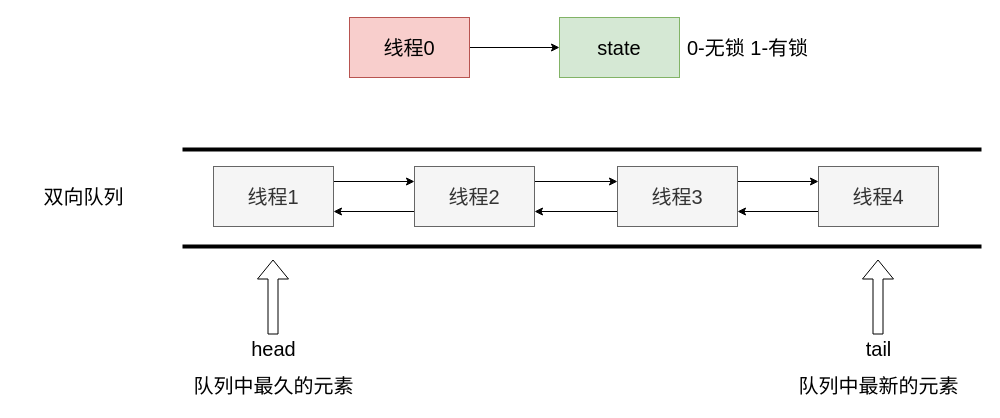
Above: barry-netdisk/多线程-AQS底层原理.drawio in BarryW8/MyDiagrams (draw.io), before the change. Source tidied: cells renumbered, new cells numbered last; positions are measured from the earlier drawing's top-left corner, leaving out a move shared by most shapes. Both pictures are drawn from the tidied source at 100%, with x=0, y=0 at pixel (17, 17).
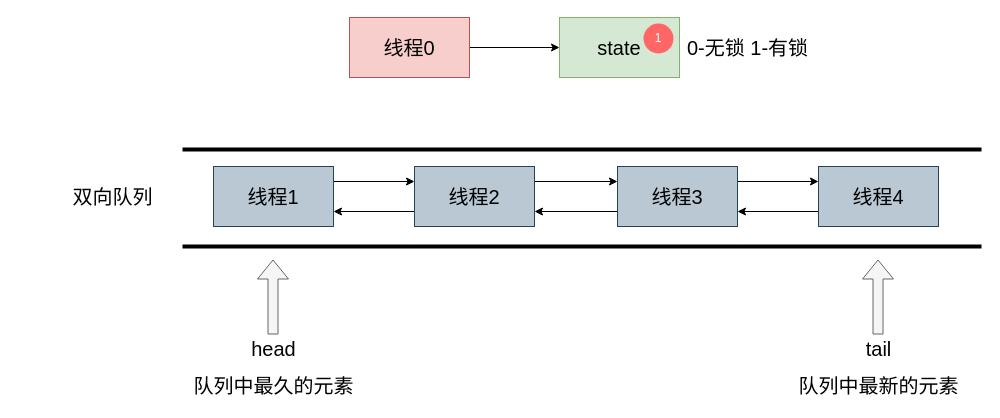
The same page after the edit.

Commit message (it also covers changes not shown here):
更新多线程-AQS底层原理.drawio

Change to the diagram source:
```diff
@@
-    <mxCell id="7" value="&lt;font style=&quot;font-size: 20px;&quot;&gt;线程1&lt;/font&gt;" style="rounded=0;whiteSpace=wrap;html=1;fillColor=#f5f5f5;strokeColor=#666666;fontColor=#333333;" parent="1" vertex="1">
+    <mxCell id="7" value="&lt;font style=&quot;font-size: 20px;&quot;&gt;线程1&lt;/font&gt;" style="rounded=0;whiteSpace=wrap;html=1;fillColor=#bac8d3;strokeColor=#23445d;" parent="1" vertex="1">
       <mxGeometry x="196" y="149" width="120" height="60" as="geometry" />
     </mxCell>
@@
-    <mxCell id="10" value="&lt;font style=&quot;font-size: 20px;&quot;&gt;线程2&lt;/font&gt;" style="rounded=0;whiteSpace=wrap;html=1;fillColor=#f5f5f5;strokeColor=#666666;fontColor=#333333;" parent="1" vertex="1">
+    <mxCell id="10" value="&lt;font style=&quot;font-size: 20px;&quot;&gt;线程2&lt;/font&gt;" style="rounded=0;whiteSpace=wrap;html=1;fillColor=#bac8d3;strokeColor=#23445d;" parent="1" vertex="1">
       <mxGeometry x="397" y="149" width="120" height="60" as="geometry" />
     </mxCell>
@@
-    <mxCell id="13" value="&lt;font style=&quot;font-size: 20px;&quot;&gt;线程3&lt;/font&gt;" style="rounded=0;whiteSpace=wrap;html=1;fillColor=#f5f5f5;strokeColor=#666666;fontColor=#333333;" parent="1" vertex="1">
+    <mxCell id="13" value="&lt;font style=&quot;font-size: 20px;&quot;&gt;线程3&lt;/font&gt;" style="rounded=0;whiteSpace=wrap;html=1;fillColor=#bac8d3;strokeColor=#23445d;" parent="1" vertex="1">
       <mxGeometry x="600" y="149" width="120" height="60" as="geometry" />
     </mxCell>
@@
-    <mxCell id="15" value="&lt;font style=&quot;font-size: 20px;&quot;&gt;线程4&lt;/font&gt;" style="rounded=0;whiteSpace=wrap;html=1;fillColor=#f5f5f5;strokeColor=#666666;fontColor=#333333;" parent="1" vertex="1">
+    <mxCell id="15" value="&lt;font style=&quot;font-size: 20px;&quot;&gt;线程4&lt;/font&gt;" style="rounded=0;whiteSpace=wrap;html=1;fillColor=#bac8d3;strokeColor=#23445d;" parent="1" vertex="1">
       <mxGeometry x="801" y="149" width="120" height="60" as="geometry" />
     </mxCell>
@@
     <mxCell id="18" value="&lt;font style=&quot;font-size: 20px;&quot;&gt;双向队列&lt;/font&gt;" style="text;strokeColor=none;align=center;fillColor=none;html=1;verticalAlign=middle;whiteSpace=wrap;rounded=0;" parent="1" vertex="1">
-      <mxGeometry y="164" width="133" height="30" as="geometry" />
+      <mxGeometry x="29" y="164" width="133" height="30" as="geometry" />
     </mxCell>
-    <mxCell id="19" style="shape=flexArrow;endArrow=classic;html=1;rounded=0;" parent="1" edge="1">
+    <mxCell id="19" style="shape=flexArrow;endArrow=classic;html=1;rounded=0;fillColor=#f5f5f5;strokeColor=#666666;" parent="1" edge="1">
       <mxGeometry relative="1" as="geometry">
         <mxPoint x="255.5" y="317" as="sourcePoint" />
         <mxPoint x="255.5" y="242" as="targetPoint" />
       </mxGeometry>
     </mxCell>
-    <mxCell id="20" style="shape=flexArrow;endArrow=classic;html=1;rounded=0;" parent="1" edge="1">
+    <mxCell id="20" style="shape=flexArrow;endArrow=classic;html=1;rounded=0;fillColor=#f5f5f5;strokeColor=#666666;" parent="1" edge="1">
       <mxGeometry relative="1" as="geometry">
         <mxPoint x="860.5" y="317" as="sourcePoint" />
         <mxPoint x="860.5" y="242" as="targetPoint" />
       </mxGeometry>
     </mxCell>
@@
+    <mxCell id="25" value="1" style="ellipse;whiteSpace=wrap;html=1;labelBackgroundColor=none;gradientColor=none;fillColor=#FF6666;strokeColor=none;fontColor=#ffffff;" parent="1" vertex="1">
+      <mxGeometry x="626" y="6" width="30" height="30" as="geometry" />
+    </mxCell>
```
